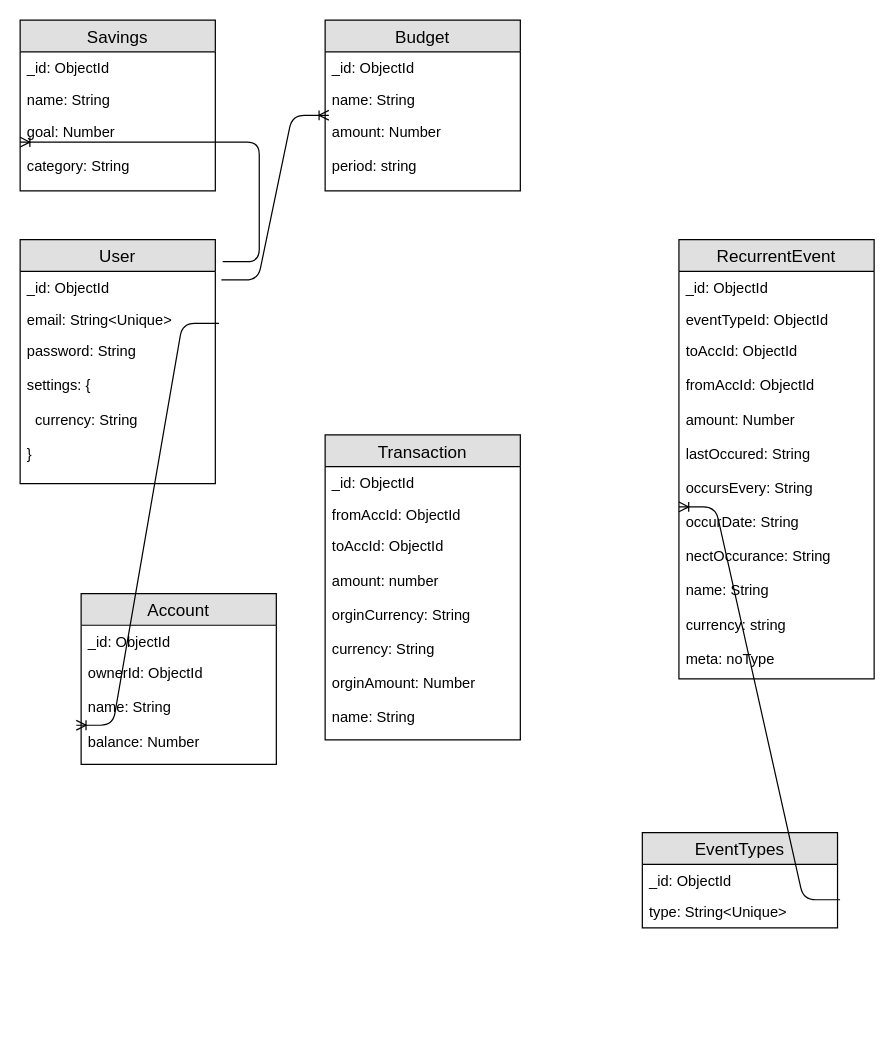
The draw.io diagram database/databasedesign.drawio in cashflow-dev/meta-data, before the edit. Source tidied: cells renumbered, new cells numbered last; positions are measured from the earlier drawing's top-left corner, leaving out a move shared by most shapes. Both pictures are drawn from the tidied source at 122%, with x=0, y=0 at pixel (20, 20).
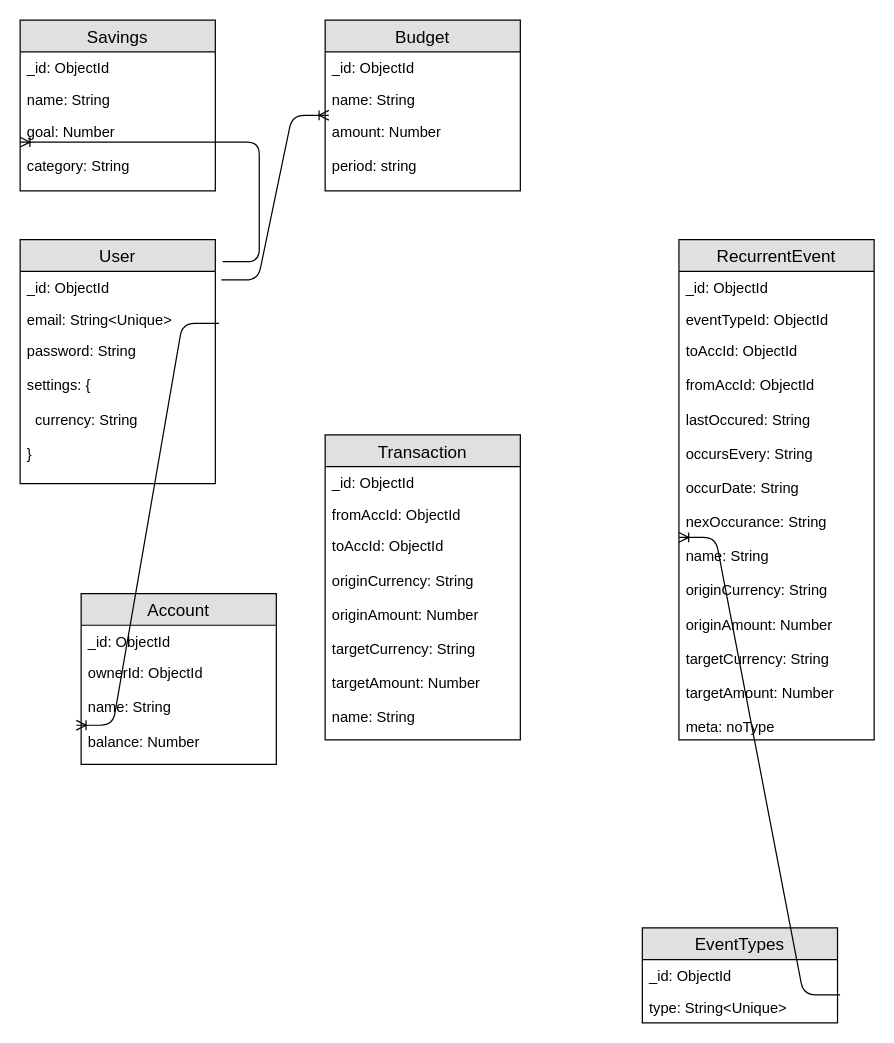
The same diagram, later.

Commit message:
Update database design

The change refers to these unchanged cells:
```xml
<mxCell id="6" value="Transaction" style="swimlane;fontStyle=0;horizontal=1;startSize=26;fillColor=#e0e0e0;swimlaneFillColor=#ffffff;align=center;fontSize=14;" parent="1" vertex="1">
  <mxGeometry x="250" y="340" width="160" height="250" as="geometry" />
</mxCell>
```

Diff of the diagram source:
```diff
@@
-    <mxCell id="9" value="toAccId: ObjectId&#10;&#10;amount: number&#10;&#10;orginCurrency: String&#10;&#10;currency: String&#10;&#10;orginAmount: Number&#10;&#10;name: String&#10;" style="text;strokeColor=none;fillColor=none;spacingLeft=4;spacingRight=4;overflow=hidden;fontSize=12;" parent="6" vertex="1">
+    <mxCell id="9" value="toAccId: ObjectId&#10;&#10;originCurrency: String&#10;&#10;originAmount: Number&#10;&#10;targetCurrency: String&#10;&#10;targetAmount: Number&#10;&#10;name: String&#10;" style="text;strokeColor=none;fillColor=none;spacingLeft=4;spacingRight=4;overflow=hidden;fontSize=12;" parent="6" vertex="1">
       <mxGeometry y="78" width="160" height="172" as="geometry" />
     </mxCell>
     <mxCell id="10" value="EventTypes" style="swimlane;fontStyle=0;horizontal=1;startSize=26;fillColor=#e0e0e0;swimlaneFillColor=#ffffff;align=center;fontSize=14;" parent="1" vertex="1">
-      <mxGeometry x="510" y="666" width="160" height="78" as="geometry" />
+      <mxGeometry x="510" y="744" width="160" height="78" as="geometry" />
     </mxCell>
@@
     <mxCell id="13" value="RecurrentEvent" style="swimlane;fontStyle=0;horizontal=1;startSize=26;fillColor=#e0e0e0;swimlaneFillColor=#ffffff;align=center;fontSize=14;" parent="1" vertex="1">
-      <mxGeometry x="540" y="180" width="160" height="360" as="geometry" />
+      <mxGeometry x="540" y="180" width="160" height="410" as="geometry" />
     </mxCell>
@@
-    <mxCell id="16" value="toAccId: ObjectId&#10;&#10;fromAccId: ObjectId&#10;&#10;amount: Number&#10;&#10;lastOccured: String&#10;&#10;occursEvery: String&#10;&#10;occurDate: String&#10;&#10;nectOccurance: String&#10;&#10;name: String&#10;&#10;currency: string&#10;&#10;meta: noType&#10;" style="text;strokeColor=none;fillColor=none;spacingLeft=4;spacingRight=4;overflow=hidden;points=[[0,0.5],[1,0.5]];portConstraint=eastwest;fontSize=12;" parent="13" vertex="1">
-      <mxGeometry y="78" width="160" height="282" as="geometry" />
+    <mxCell id="16" value="toAccId: ObjectId&#10;&#10;fromAccId: ObjectId&#10;&#10;lastOccured: String&#10;&#10;occursEvery: String&#10;&#10;occurDate: String&#10;&#10;nexOccurance: String&#10;&#10;name: String&#10;&#10;originCurrency: String&#10;&#10;originAmount: Number&#10;&#10;targetCurrency: String&#10;&#10;targetAmount: Number&#10;&#10;meta: noType&#10;" style="text;strokeColor=none;fillColor=none;spacingLeft=4;spacingRight=4;overflow=hidden;points=[[0,0.5],[1,0.5]];portConstraint=eastwest;fontSize=12;" parent="13" vertex="1">
+      <mxGeometry y="78" width="160" height="332" as="geometry" />
     </mxCell>
```
